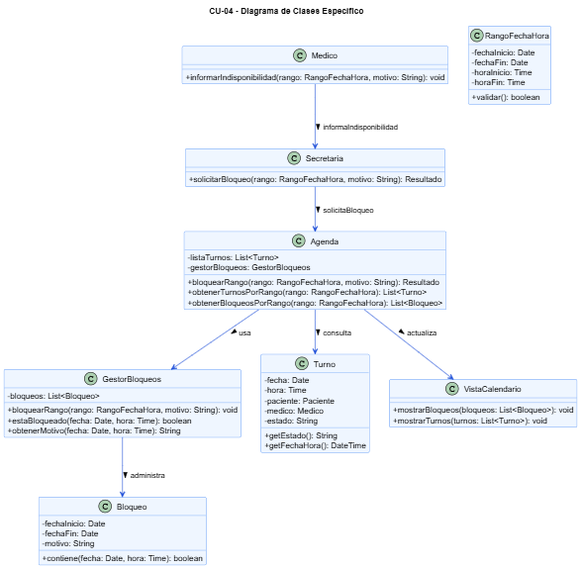
The PlantUML diagram diagramas/01-diagrama-clases/04-clase-bloquear-horarios.png in angelgc9107-lgtm/SistemaTurnosMedicos_GP6, before a commit. Its source is kept beside it as diagramas/01-diagrama-clases/04-clase-bloquear-horarios.puml. The source it was exported from:
```plantuml
@startuml CU04-Clases-Bloquear-Horarios
skinparam classAttributeIconSize 0
skinparam class {
    BackgroundColor #EFF6FF
    BorderColor #3B82F6
    ArrowColor #1D4ED8
}

title CU-04 - Diagrama de Clases Específico

class Secretaria {
    + solicitarBloqueo(rango: RangoFechaHora, motivo: String): Resultado
}

class Medico {
    + informarIndisponibilidad(rango: RangoFechaHora, motivo: String): void
}

class Agenda {
    - listaTurnos: List<Turno>
    - gestorBloqueos: GestorBloqueos
    + bloquearRango(rango: RangoFechaHora, motivo: String): Resultado
    + obtenerTurnosPorRango(rango: RangoFechaHora): List<Turno>
    + obtenerBloqueosPorRango(rango: RangoFechaHora): List<Bloqueo>
}

class GestorBloqueos {
    - bloqueos: List<Bloqueo>
    + bloquearRango(rango: RangoFechaHora, motivo: String): void
    + estaBloqueado(fecha: Date, hora: Time): boolean
    + obtenerMotivo(fecha: Date, hora: Time): String
}

class Bloqueo {
    - fechaInicio: Date
    - fechaFin: Date
    - motivo: String
    + contiene(fecha: Date, hora: Time): boolean
}

class Turno {
    - fecha: Date
    - hora: Time
    - paciente: Paciente
    - medico: Medico
    - estado: String
    + getEstado(): String
    + getFechaHora(): DateTime
}

class VistaCalendario {
    + mostrarBloqueos(bloqueos: List<Bloqueo>): void
    + mostrarTurnos(turnos: List<Turno>): void
}

class RangoFechaHora {
    - fechaInicio: Date
    - fechaFin: Date
    - horaInicio: Time
    - horaFin: Time
    + validar(): boolean
}

Secretaria --> Agenda : solicitaBloqueo >
Medico --> Secretaria : informaIndisponibilidad >
Agenda --> GestorBloqueos : usa >
Agenda --> Turno : consulta >
Agenda --> VistaCalendario : actualiza >
GestorBloqueos --> Bloqueo : administra >
@enduml
```
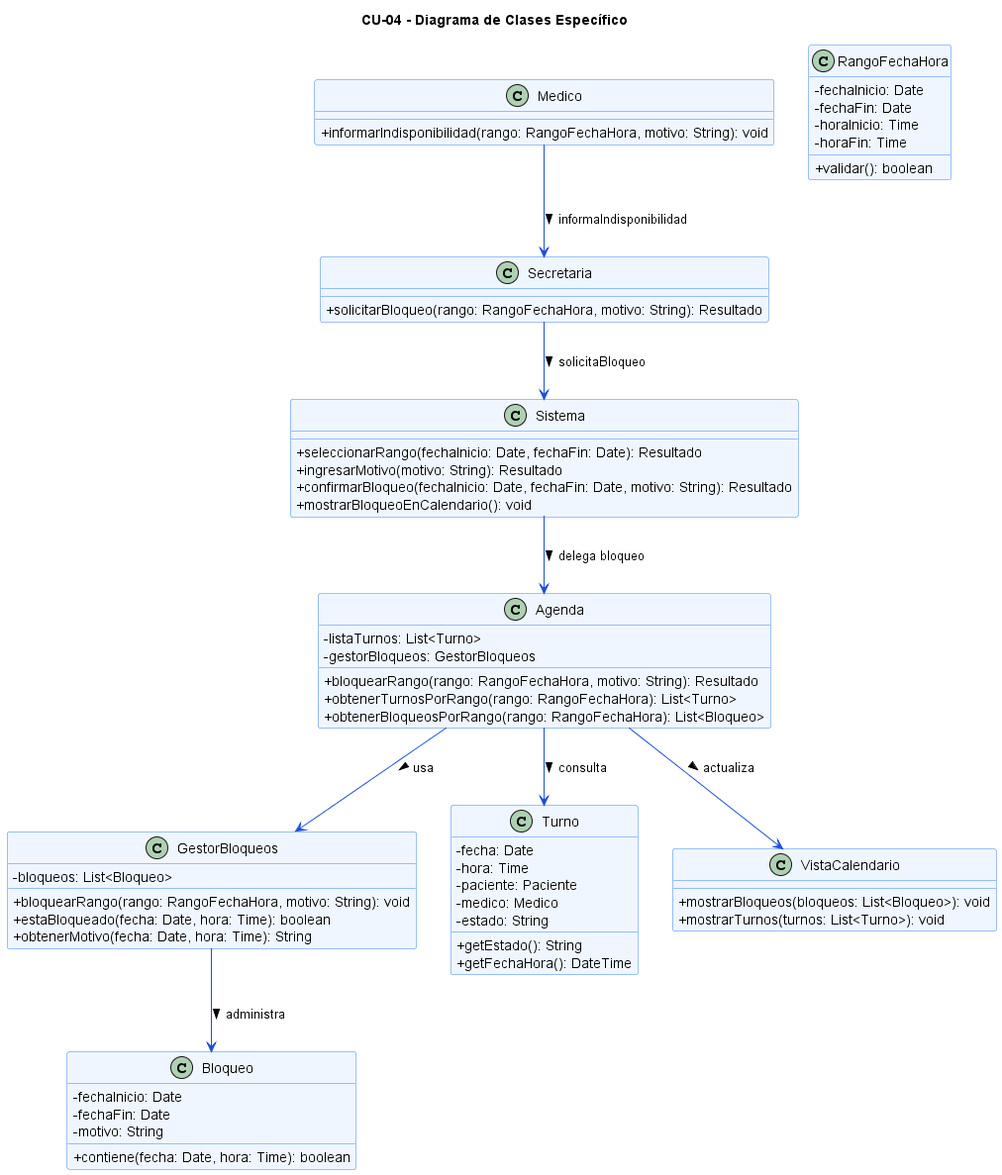
After the change.

Commit message:
Se corrigen diagramas de clases

The edit, as a diff of the source:
```diff
@@ -61,7 +61,15 @@
     + validar(): boolean
 }
 
-Secretaria --> Agenda : solicitaBloqueo >
+class Sistema {
+    + seleccionarRango(fechaInicio: Date, fechaFin: Date): Resultado
+    + ingresarMotivo(motivo: String): Resultado
+    + confirmarBloqueo(fechaInicio: Date, fechaFin: Date, motivo: String): Resultado
+    + mostrarBloqueoEnCalendario(): void
+}
+
+Secretaria --> Sistema : solicitaBloqueo >
+Sistema --> Agenda : delega bloqueo >
 Medico --> Secretaria : informaIndisponibilidad >
 Agenda --> GestorBloqueos : usa >
 Agenda --> Turno : consulta >
```
